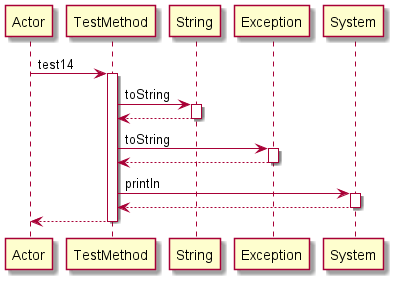
Before: Diagrams/test14.png, a diagram exported from PlantUML (manucapo/Gardener). Its diagram source:
```plantuml
@startuml
participant Actor
Actor -> TestMethod: test14
activate TestMethod
TestMethod -> String: toString
activate String
String-->TestMethod
deactivate String
TestMethod -> Exception: toString
activate Exception
Exception-->TestMethod
deactivate Exception
TestMethod -> System: println
activate System
System-->TestMethod
deactivate System
return
@enduml
```
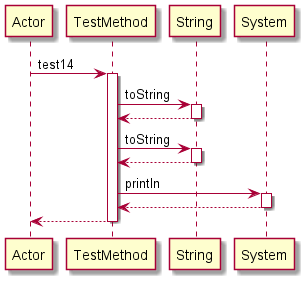
After the change.

The edit, as a diff of the source:
```diff
@@ -6,10 +6,10 @@
 activate String
 String-->TestMethod
 deactivate String
-TestMethod -> Exception: toString
-activate Exception
-Exception-->TestMethod
-deactivate Exception
+TestMethod -> String: toString
+activate String
+String-->TestMethod
+deactivate String
 TestMethod -> System: println
 activate System
 System-->TestMethod
```
